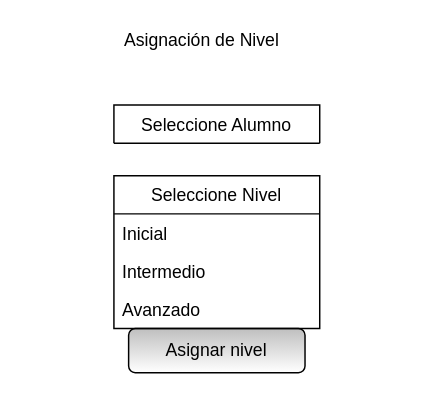
This is page "5-Docente-Cambiar nivel" (5 of 15) of Formularios.drawio from fdearmas96/ObligatorioP1, a draw.io file, before an edit. Source tidied: cells renumbered, new cells numbered last; positions are measured from the earlier drawing's top-left corner, leaving out a move shared by most shapes. Both pictures are drawn from the tidied source at 147%, with x=0, y=0 at pixel (84, 25).
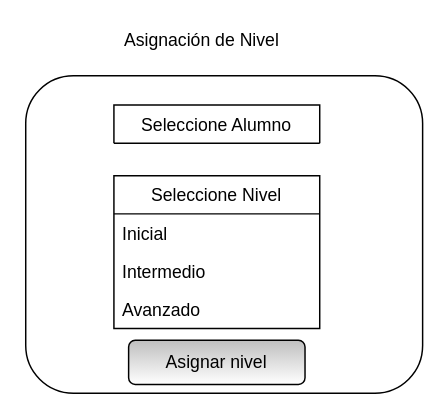
After the change.

What changed in the source:
```diff
@@
 <mxGraphModel>
   <root>
     <mxCell id="0" />
     <mxCell id="1" parent="0" />
+    <mxCell id="9" style="rounded=1;whiteSpace=wrap;html=1;" parent="1" vertex="1">
+      <mxGeometry x="-40" y="34" width="270" height="216" as="geometry" />
+    </mxCell>
     <mxCell id="2" value="Asignar nivel" style="rounded=1;whiteSpace=wrap;html=1;gradientColor=#ffffff;fillColor=#BFBFBF;" parent="1" vertex="1">
-      <mxGeometry x="30" y="206" width="120" height="30" as="geometry" />
+      <mxGeometry x="30" y="214" width="120" height="30" as="geometry" />
     </mxCell>
     <mxCell id="3" value="Seleccione Alumno" style="swimlane;fontStyle=0;horizontal=1;startSize=26;" parent="1" vertex="1" collapsed="1">
       <mxGeometry x="20" y="54" width="140" height="26" as="geometry" />
     </mxCell>
     <mxCell id="4" value="Seleccione Nivel" style="swimlane;fontStyle=0;horizontal=1;startSize=26;" parent="1" vertex="1">
       <mxGeometry x="20" y="102" width="140" height="104" as="geometry" />
     </mxCell>
     <mxCell id="5" value="Inicial" style="text;strokeColor=none;fillColor=none;align=left;verticalAlign=top;spacingLeft=4;spacingRight=4;overflow=hidden;" parent="4" vertex="1">
       <mxGeometry y="26" width="140" height="26" as="geometry" />
     </mxCell>
     <mxCell id="6" value="Intermedio" style="text;strokeColor=none;fillColor=none;align=left;verticalAlign=top;spacingLeft=4;spacingRight=4;overflow=hidden;" parent="4" vertex="1">
       <mxGeometry y="52" width="140" height="26" as="geometry" />
     </mxCell>
     <mxCell id="7" value="Avanzado" style="text;strokeColor=none;fillColor=none;align=left;verticalAlign=top;spacingLeft=4;spacingRight=4;overflow=hidden;" parent="4" vertex="1">
       <mxGeometry y="78" width="140" height="26" as="geometry" />
     </mxCell>
     <mxCell id="8" value="Asignación de Nivel" style="text;html=1;strokeColor=none;fillColor=none;align=center;verticalAlign=middle;whiteSpace=wrap;rounded=0;" parent="1" vertex="1">
       <mxGeometry width="160" height="20" as="geometry" />
     </mxCell>
   </root>
 </mxGraphModel>
```
